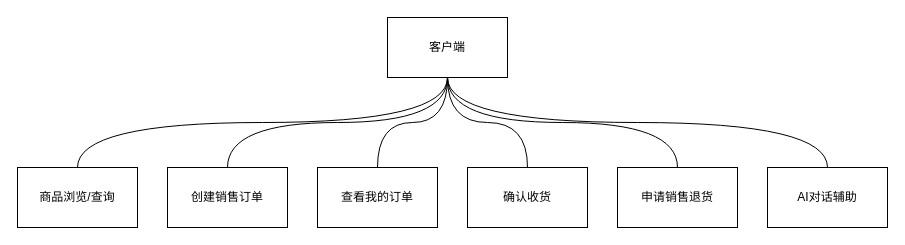
Before: draw.io/功能模块图/客户端功能模块图.drawio in JokerPoor/--------, a draw.io diagram. Source tidied: cells renumbered, new cells numbered last; positions are measured from the earlier drawing's top-left corner, leaving out a move shared by most shapes. Both pictures are drawn from the tidied source at 100%, with x=0, y=0 at pixel (17, 17).
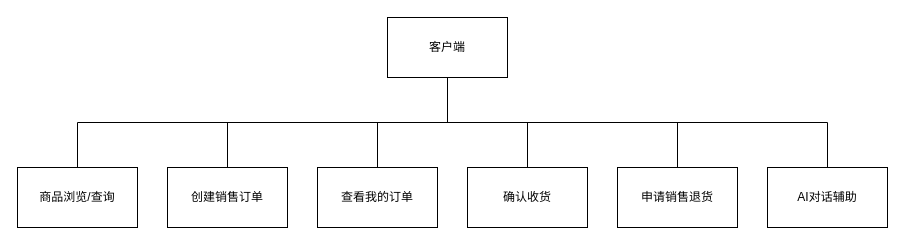
The same diagram, later.

Commit message:
更新客户端功能模块图.drawio

Change to the diagram source:
```diff
@@
 <mxGraphModel>
   <root>
     <mxCell id="0" />
     <mxCell id="1" parent="0" />
-    <mxCell id="2" style="edgeStyle=orthogonalEdgeStyle;rounded=0;jettySize=auto;html=1;exitX=0.5;exitY=1;exitDx=0;exitDy=0;entryX=0.5;entryY=0;entryDx=0;entryDy=0;endArrow=none;endFill=0;curved=1;" parent="1" edge="1" source="8" target="9">
+    <mxCell id="2" style="edgeStyle=orthogonalEdgeStyle;rounded=0;jettySize=auto;html=1;exitX=0.5;exitY=1;exitDx=0;exitDy=0;entryX=0.5;entryY=0;entryDx=0;entryDy=0;endArrow=none;endFill=0;" parent="1" edge="1" source="8" target="9">
       <mxGeometry relative="1" as="geometry" />
     </mxCell>
-    <mxCell id="3" style="edgeStyle=orthogonalEdgeStyle;shape=connector;curved=1;rounded=0;jettySize=auto;html=1;exitX=0.5;exitY=1;exitDx=0;exitDy=0;entryX=0.5;entryY=0;entryDx=0;entryDy=0;strokeColor=default;align=center;verticalAlign=middle;fontFamily=Helvetica;fontSize=11;fontColor=default;labelBackgroundColor=default;endArrow=none;endFill=0;" parent="1" edge="1" source="8" target="10">
+    <mxCell id="3" style="edgeStyle=orthogonalEdgeStyle;shape=connector;rounded=0;jettySize=auto;html=1;exitX=0.5;exitY=1;exitDx=0;exitDy=0;entryX=0.5;entryY=0;entryDx=0;entryDy=0;strokeColor=default;align=center;verticalAlign=middle;fontFamily=Helvetica;fontSize=11;fontColor=default;labelBackgroundColor=default;endArrow=none;endFill=0;" parent="1" edge="1" source="8" target="10">
       <mxGeometry relative="1" as="geometry" />
     </mxCell>
-    <mxCell id="4" style="edgeStyle=orthogonalEdgeStyle;shape=connector;curved=1;rounded=0;jettySize=auto;html=1;exitX=0.5;exitY=1;exitDx=0;exitDy=0;entryX=0.5;entryY=0;entryDx=0;entryDy=0;strokeColor=default;align=center;verticalAlign=middle;fontFamily=Helvetica;fontSize=11;fontColor=default;labelBackgroundColor=default;endArrow=none;endFill=0;" parent="1" edge="1" source="8" target="11">
+    <mxCell id="4" style="edgeStyle=orthogonalEdgeStyle;shape=connector;rounded=0;jettySize=auto;html=1;exitX=0.5;exitY=1;exitDx=0;exitDy=0;entryX=0.5;entryY=0;entryDx=0;entryDy=0;strokeColor=default;align=center;verticalAlign=middle;fontFamily=Helvetica;fontSize=11;fontColor=default;labelBackgroundColor=default;endArrow=none;endFill=0;" parent="1" edge="1" source="8" target="11">
       <mxGeometry relative="1" as="geometry" />
     </mxCell>
-    <mxCell id="5" style="edgeStyle=orthogonalEdgeStyle;shape=connector;curved=1;rounded=0;jettySize=auto;html=1;exitX=0.5;exitY=1;exitDx=0;exitDy=0;entryX=0.5;entryY=0;entryDx=0;entryDy=0;strokeColor=default;align=center;verticalAlign=middle;fontFamily=Helvetica;fontSize=11;fontColor=default;labelBackgroundColor=default;endArrow=none;endFill=0;" parent="1" edge="1" source="8" target="12">
+    <mxCell id="5" style="edgeStyle=orthogonalEdgeStyle;shape=connector;rounded=0;jettySize=auto;html=1;exitX=0.5;exitY=1;exitDx=0;exitDy=0;entryX=0.5;entryY=0;entryDx=0;entryDy=0;strokeColor=default;align=center;verticalAlign=middle;fontFamily=Helvetica;fontSize=11;fontColor=default;labelBackgroundColor=default;endArrow=none;endFill=0;" parent="1" edge="1" source="8" target="12">
       <mxGeometry relative="1" as="geometry" />
     </mxCell>
-    <mxCell id="6" style="edgeStyle=orthogonalEdgeStyle;shape=connector;curved=1;rounded=0;jettySize=auto;html=1;exitX=0.5;exitY=1;exitDx=0;exitDy=0;entryX=0.5;entryY=0;entryDx=0;entryDy=0;strokeColor=default;align=center;verticalAlign=middle;fontFamily=Helvetica;fontSize=11;fontColor=default;labelBackgroundColor=default;endArrow=none;endFill=0;" parent="1" edge="1" source="8" target="13">
+    <mxCell id="6" style="edgeStyle=orthogonalEdgeStyle;shape=connector;rounded=0;jettySize=auto;html=1;exitX=0.5;exitY=1;exitDx=0;exitDy=0;entryX=0.5;entryY=0;entryDx=0;entryDy=0;strokeColor=default;align=center;verticalAlign=middle;fontFamily=Helvetica;fontSize=11;fontColor=default;labelBackgroundColor=default;endArrow=none;endFill=0;" parent="1" edge="1" source="8" target="13">
       <mxGeometry relative="1" as="geometry" />
     </mxCell>
-    <mxCell id="7" style="edgeStyle=orthogonalEdgeStyle;shape=connector;curved=1;rounded=0;jettySize=auto;html=1;exitX=0.5;exitY=1;exitDx=0;exitDy=0;entryX=0.5;entryY=0;entryDx=0;entryDy=0;strokeColor=default;align=center;verticalAlign=middle;fontFamily=Helvetica;fontSize=11;fontColor=default;labelBackgroundColor=default;endArrow=none;endFill=0;" parent="1" edge="1" source="8" target="14">
+    <mxCell id="7" style="edgeStyle=orthogonalEdgeStyle;shape=connector;rounded=0;jettySize=auto;html=1;exitX=0.5;exitY=1;exitDx=0;exitDy=0;entryX=0.5;entryY=0;entryDx=0;entryDy=0;strokeColor=default;align=center;verticalAlign=middle;fontFamily=Helvetica;fontSize=11;fontColor=default;labelBackgroundColor=default;endArrow=none;endFill=0;" parent="1" edge="1" source="8" target="14">
       <mxGeometry relative="1" as="geometry" />
     </mxCell>
     <mxCell id="8" value="客户端" style="rounded=0;whiteSpace=wrap;html=1;" parent="1" vertex="1">
       <mxGeometry x="370" width="120" height="60" as="geometry" />
     </mxCell>
     <mxCell id="9" value="商品浏览/查询" style="rounded=0;whiteSpace=wrap;html=1;" parent="1" vertex="1">
       <mxGeometry y="150" width="120" height="60" as="geometry" />
     </mxCell>
     <mxCell id="10" value="创建销售订单" style="rounded=0;whiteSpace=wrap;html=1;" parent="1" vertex="1">
       <mxGeometry x="150" y="150" width="120" height="60" as="geometry" />
     </mxCell>
     <mxCell id="11" value="查看我的订单" style="rounded=0;whiteSpace=wrap;html=1;" parent="1" vertex="1">
       <mxGeometry x="300" y="150" width="120" height="60" as="geometry" />
     </mxCell>
     <mxCell id="12" value="确认收货" style="rounded=0;whiteSpace=wrap;html=1;" parent="1" vertex="1">
       <mxGeometry x="450" y="150" width="120" height="60" as="geometry" />
     </mxCell>
     <mxCell id="13" value="申请销售退货" style="rounded=0;whiteSpace=wrap;html=1;" parent="1" vertex="1">
       <mxGeometry x="600" y="150" width="120" height="60" as="geometry" />
     </mxCell>
     <mxCell id="14" value="AI对话辅助" style="rounded=0;whiteSpace=wrap;html=1;" parent="1" vertex="1">
       <mxGeometry x="750" y="150" width="120" height="60" as="geometry" />
     </mxCell>
   </root>
 </mxGraphModel>
```
